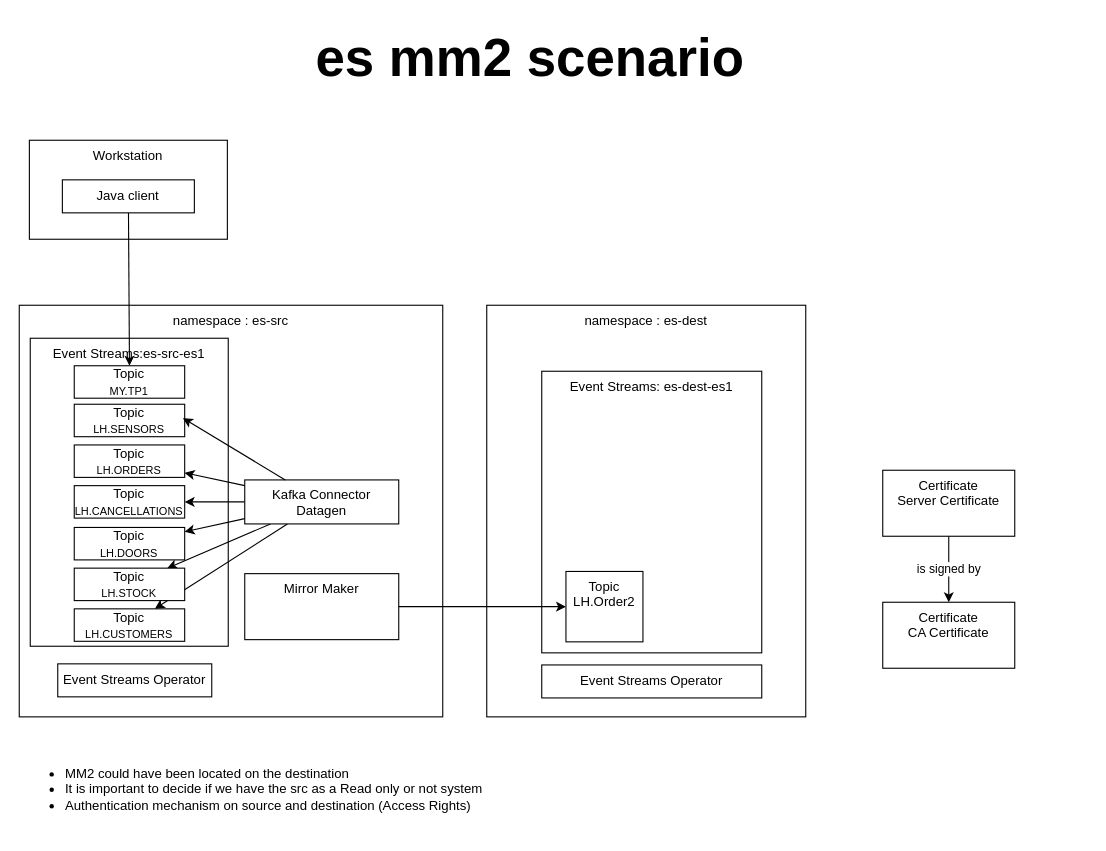
The draw.io diagram page "Page-1" (1 of 2) of doc/mds/demos/es_mm2/es_mm2.drawio in ADesprets/cp4i-install, before the edit. Source tidied: cells renumbered, new cells numbered last; positions are measured from the earlier drawing's top-left corner, leaving out a move shared by most shapes. Both pictures are drawn from the tidied source at 110%, with x=0, y=0 at pixel (19, 19).
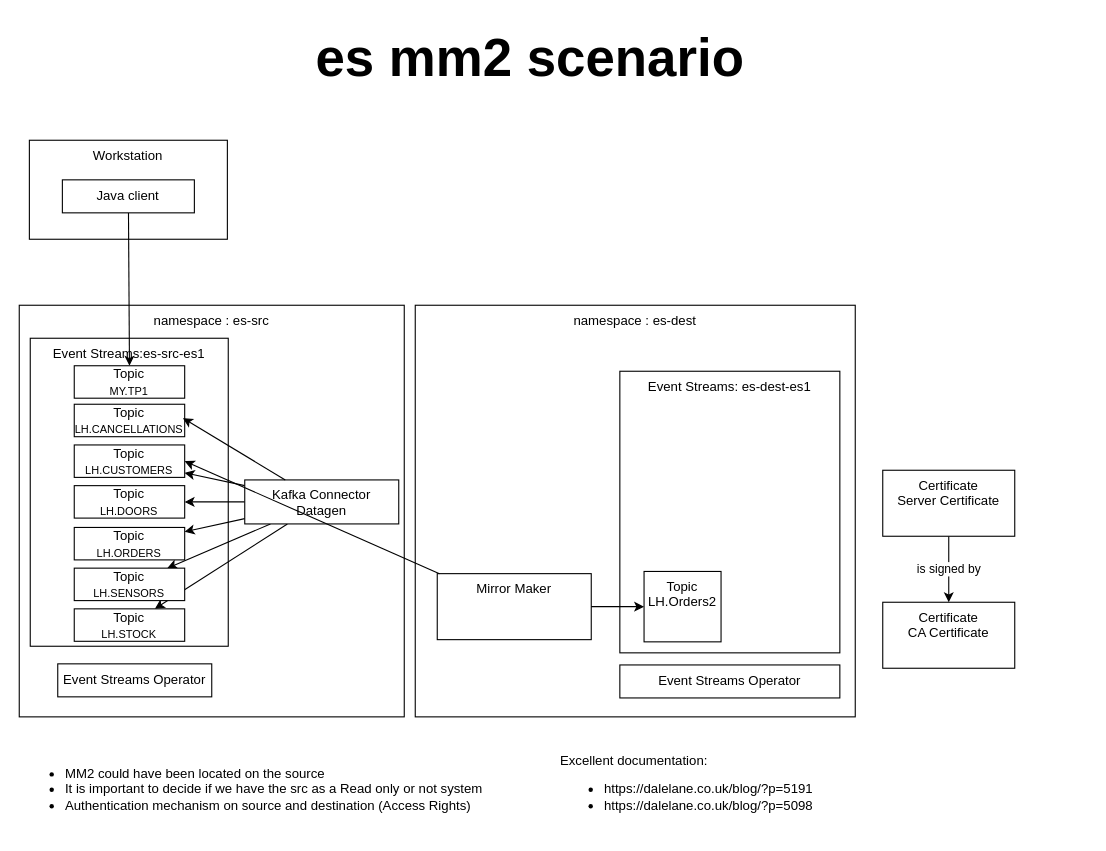
After the change.

Change to the diagram source:
```diff
@@
+    <mxCell id="14" value="namespace : es-dest" style="rounded=0;whiteSpace=wrap;html=1;verticalAlign=top;" parent="1" vertex="1">
+      <mxGeometry x="360" y="260" width="400" height="374.2" as="geometry" />
+    </mxCell>
     <mxCell id="2" value="namespace : es-src" style="rounded=0;whiteSpace=wrap;html=1;verticalAlign=top;" parent="1" vertex="1">
-      <mxGeometry y="260" width="385" height="374.2" as="geometry" />
+      <mxGeometry y="260" width="350" height="374.2" as="geometry" />
     </mxCell>
@@
     <mxCell id="4" value="Mirror Maker" style="rounded=0;whiteSpace=wrap;html=1;verticalAlign=top;" parent="1" vertex="1">
-      <mxGeometry x="205" y="504" width="140" height="60" as="geometry" />
+      <mxGeometry x="380" y="504" width="140" height="60" as="geometry" />
     </mxCell>
@@
-    <mxCell id="6" value="Topic&lt;div&gt;&lt;span style=&quot;text-align: left;&quot;&gt;&lt;font style=&quot;font-size: 10px;&quot;&gt;LH.SENSORS&lt;/font&gt;&lt;/span&gt;&lt;/div&gt;" style="rounded=0;whiteSpace=wrap;html=1;verticalAlign=middle;" parent="1" vertex="1">
+    <mxCell id="6" value="&lt;div&gt;Topic&lt;/div&gt;&lt;div&gt;&lt;font style=&quot;font-size: 10px;&quot;&gt;LH.CANCELLATIONS&lt;/font&gt;&lt;/div&gt;" style="rounded=0;whiteSpace=wrap;html=1;verticalAlign=middle;" parent="1" vertex="1">
       <mxGeometry x="50" y="350" width="100.4" height="29.5" as="geometry" />
     </mxCell>
@@
-    <mxCell id="14" value="namespace : es-dest" style="rounded=0;whiteSpace=wrap;html=1;verticalAlign=top;" parent="1" vertex="1">
-      <mxGeometry x="425" y="260" width="290" height="374.2" as="geometry" />
-    </mxCell>
     <mxCell id="15" value="Event Streams: es-dest-es1" style="rounded=0;whiteSpace=wrap;html=1;verticalAlign=top;" parent="1" vertex="1">
-      <mxGeometry x="475" y="320" width="200" height="256" as="geometry" />
+      <mxGeometry x="546" y="320" width="200" height="256" as="geometry" />
     </mxCell>
     <mxCell id="16" value="Event Streams Operator" style="rounded=0;whiteSpace=wrap;html=1;verticalAlign=middle;" parent="1" vertex="1">
-      <mxGeometry x="475" y="587" width="200" height="30" as="geometry" />
+      <mxGeometry x="546" y="587" width="200" height="30" as="geometry" />
     </mxCell>
-    <mxCell id="17" value="Topic&lt;div&gt;LH.Order2&lt;/div&gt;" style="rounded=0;whiteSpace=wrap;html=1;verticalAlign=top;" parent="1" vertex="1">
-      <mxGeometry x="497" y="502" width="70" height="64" as="geometry" />
+    <mxCell id="17" value="Topic&lt;div&gt;LH.Orders2&lt;/div&gt;" style="rounded=0;whiteSpace=wrap;html=1;verticalAlign=top;" parent="1" vertex="1">
+      <mxGeometry x="568" y="502" width="70" height="64" as="geometry" />
     </mxCell>
@@
-    <mxCell id="26" value="Topic&lt;div&gt;&lt;span style=&quot;text-align: left;&quot;&gt;&lt;font style=&quot;font-size: 10px;&quot;&gt;LH.ORDERS&lt;/font&gt;&lt;/span&gt;&lt;br style=&quot;padding: 0px; margin: 0px; text-align: left;&quot;&gt;&lt;/div&gt;" style="rounded=0;whiteSpace=wrap;html=1;verticalAlign=middle;" parent="1" vertex="1">
+    <mxCell id="26" value="Topic&lt;div&gt;&lt;span style=&quot;text-align: left;&quot;&gt;&lt;font style=&quot;font-size: 10px;&quot;&gt;LH.&lt;/font&gt;&lt;/span&gt;&lt;span style=&quot;font-size: 10px; text-align: left; background-color: transparent; color: light-dark(rgb(0, 0, 0), rgb(255, 255, 255));&quot;&gt;CUSTOMERS&lt;/span&gt;&lt;br style=&quot;padding: 0px; margin: 0px; text-align: left;&quot;&gt;&lt;/div&gt;" style="rounded=0;whiteSpace=wrap;html=1;verticalAlign=middle;" parent="1" vertex="1">
       <mxGeometry x="50" y="387" width="100.4" height="29.5" as="geometry" />
     </mxCell>
-    <mxCell id="27" value="Topic&lt;div&gt;&lt;span style=&quot;text-align: left;&quot;&gt;&lt;font style=&quot;font-size: 10px;&quot;&gt;LH.CANCELLATIONS&lt;/font&gt;&lt;/span&gt;&lt;br style=&quot;padding: 0px; margin: 0px; text-align: left;&quot;&gt;&lt;/div&gt;" style="rounded=0;whiteSpace=wrap;html=1;verticalAlign=middle;" parent="1" vertex="1">
+    <mxCell id="27" value="Topic&lt;div&gt;&lt;span style=&quot;font-size: 10px; text-align: left; background-color: transparent; color: light-dark(rgb(0, 0, 0), rgb(255, 255, 255));&quot;&gt;LH.DOORS&lt;/span&gt;&lt;br style=&quot;padding: 0px; margin: 0px; text-align: left;&quot;&gt;&lt;/div&gt;" style="rounded=0;whiteSpace=wrap;html=1;verticalAlign=middle;" parent="1" vertex="1">
       <mxGeometry x="50" y="424" width="100.4" height="29.5" as="geometry" />
     </mxCell>
-    <mxCell id="28" value="Topic&lt;div&gt;&lt;span style=&quot;text-align: left;&quot;&gt;&lt;font style=&quot;font-size: 10px;&quot;&gt;LH.DOORS&lt;/font&gt;&lt;/span&gt;&lt;/div&gt;" style="rounded=0;whiteSpace=wrap;html=1;verticalAlign=middle;" parent="1" vertex="1">
+    <mxCell id="28" value="Topic&lt;div&gt;&lt;span style=&quot;font-size: 10px; text-align: left; background-color: transparent; color: light-dark(rgb(0, 0, 0), rgb(255, 255, 255));&quot;&gt;LH.ORDERS&lt;/span&gt;&lt;/div&gt;" style="rounded=0;whiteSpace=wrap;html=1;verticalAlign=middle;" parent="1" vertex="1">
       <mxGeometry x="50" y="462" width="100.4" height="29.5" as="geometry" />
     </mxCell>
-    <mxCell id="29" value="Topic&lt;div&gt;&lt;span style=&quot;text-align: left;&quot;&gt;&lt;font style=&quot;font-size: 10px;&quot;&gt;LH.STOCK&lt;/font&gt;&lt;/span&gt;&lt;br style=&quot;padding: 0px; margin: 0px; text-align: left;&quot;&gt;&lt;/div&gt;" style="rounded=0;whiteSpace=wrap;html=1;verticalAlign=middle;" parent="1" vertex="1">
+    <mxCell id="29" value="Topic&lt;div&gt;&lt;span style=&quot;text-align: left;&quot;&gt;&lt;font style=&quot;font-size: 10px;&quot;&gt;LH.&lt;/font&gt;&lt;/span&gt;&lt;span style=&quot;background-color: transparent; font-size: 10px;&quot;&gt;SENSORS&lt;/span&gt;&lt;br style=&quot;padding: 0px; margin: 0px; text-align: left;&quot;&gt;&lt;/div&gt;" style="rounded=0;whiteSpace=wrap;html=1;verticalAlign=middle;" parent="1" vertex="1">
       <mxGeometry x="50" y="499" width="100.4" height="29.5" as="geometry" />
     </mxCell>
-    <mxCell id="30" value="Topic&lt;div&gt;&lt;span style=&quot;text-align: left;&quot;&gt;&lt;font style=&quot;font-size: 10px;&quot;&gt;LH.CUSTOMERS&lt;/font&gt;&lt;/span&gt;&lt;/div&gt;" style="rounded=0;whiteSpace=wrap;html=1;verticalAlign=middle;" parent="1" vertex="1">
+    <mxCell id="30" value="Topic&lt;div&gt;&lt;span style=&quot;text-align: left;&quot;&gt;&lt;font style=&quot;font-size: 10px;&quot;&gt;LH.&lt;/font&gt;&lt;/span&gt;&lt;span style=&quot;font-size: 10px; text-align: left; background-color: transparent; color: light-dark(rgb(0, 0, 0), rgb(255, 255, 255));&quot;&gt;STOCK&lt;/span&gt;&lt;/div&gt;" style="rounded=0;whiteSpace=wrap;html=1;verticalAlign=middle;" parent="1" vertex="1">
       <mxGeometry x="50" y="536" width="100.4" height="29.5" as="geometry" />
     </mxCell>
@@
-    <mxCell id="32" value="&lt;ul&gt;&lt;li&gt;MM2 could have been located on the destination&lt;/li&gt;&lt;li&gt;It is important to decide if we have the src as a Read only or not system&lt;/li&gt;&lt;li&gt;Authentication mechanism on source and destination (Access Rights)&lt;/li&gt;&lt;/ul&gt;" style="text;html=1;align=left;verticalAlign=top;whiteSpace=wrap;rounded=0;" parent="1" vertex="1">
-      <mxGeometry y="660" width="710" height="80" as="geometry" />
+    <mxCell id="32" value="&lt;ul&gt;&lt;li&gt;MM2 could have been located on the source&lt;/li&gt;&lt;li&gt;It is important to decide if we have the src as a Read only or not system&lt;/li&gt;&lt;li&gt;Authentication mechanism on source and destination (Access Rights)&lt;/li&gt;&lt;/ul&gt;" style="text;html=1;align=left;verticalAlign=top;whiteSpace=wrap;rounded=0;" parent="1" vertex="1">
+      <mxGeometry y="660" width="480" height="80" as="geometry" />
     </mxCell>
+    <mxCell id="33" value="Excellent documentation:&amp;nbsp;&lt;div&gt;&lt;ul&gt;&lt;li&gt;https://dalelane.co.uk/blog/?p=5191&amp;nbsp;&lt;/li&gt;&lt;li&gt;https://dalelane.co.uk/blog/?p=5098&lt;/li&gt;&lt;/ul&gt;&lt;/div&gt;" style="text;html=1;align=left;verticalAlign=top;whiteSpace=wrap;rounded=0;" parent="1" vertex="1">
+      <mxGeometry x="490" y="660" width="480" height="80" as="geometry" />
+    </mxCell>
+    <mxCell id="34" style="rounded=0;jettySize=auto;html=1;entryX=1;entryY=0.5;entryDx=0;entryDy=0;" parent="1" edge="1" source="4" target="26">
+      <mxGeometry relative="1" as="geometry" />
+    </mxCell>
```
